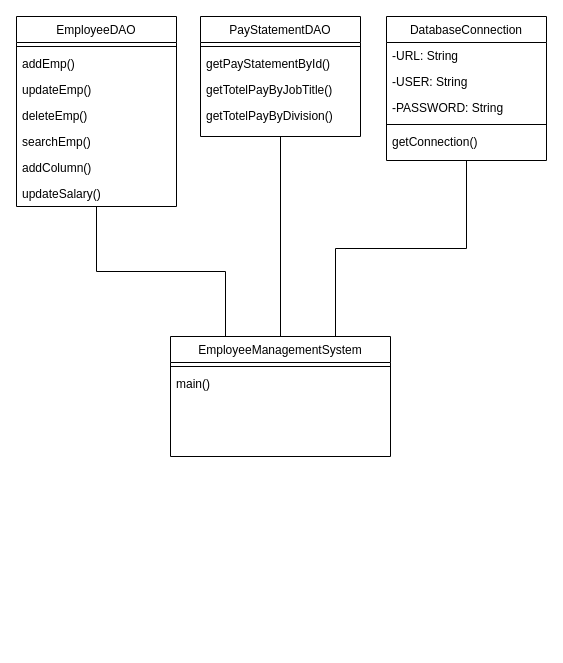
This is Diagram/classDiagram2.drawio from linnypham/CSC3350_project, a draw.io file, before an edit. Source tidied: cells renumbered, new cells numbered last; positions are measured from the earlier drawing's top-left corner, leaving out a move shared by most shapes. Both pictures are drawn from the tidied source at 100%, with x=0, y=0 at pixel (16, 16).
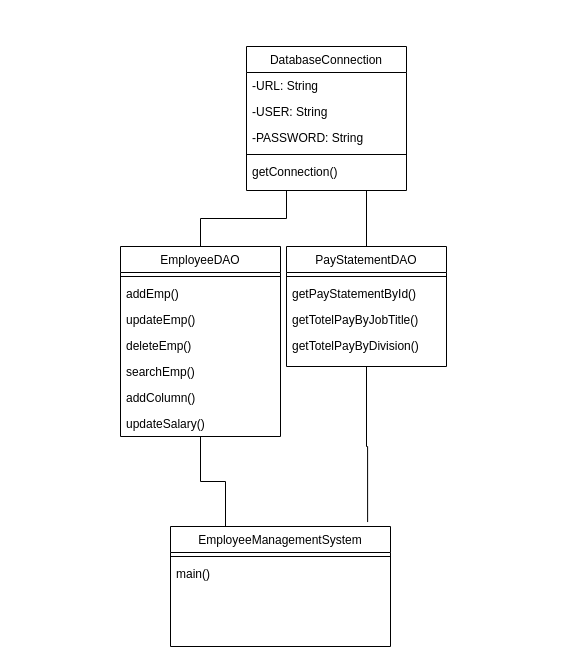
Above is the later version.

The edit, as a diff of the source:
```diff
@@
+    <mxCell id="27" style="edgeStyle=orthogonalEdgeStyle;rounded=0;jettySize=auto;html=1;entryX=0.25;entryY=1;entryDx=0;entryDy=0;endArrow=none;endFill=0;startArrow=none;startFill=0;" parent="1" edge="1" source="3" target="21">
+      <mxGeometry relative="1" as="geometry" />
+    </mxCell>
     <mxCell id="3" value="EmployeeDAO" style="swimlane;fontStyle=0;align=center;verticalAlign=top;horizontal=1;startSize=26;rounded=0;shadow=0;strokeWidth=1;" parent="1" vertex="1">
-      <mxGeometry width="160" height="190" as="geometry" />
+      <mxGeometry x="104" y="230" width="160" height="190" as="geometry" />
     </mxCell>
@@
-    <mxCell id="11" style="edgeStyle=orthogonalEdgeStyle;rounded=0;jettySize=auto;html=1;endArrow=none;endFill=0;" parent="1" edge="1" source="12" target="17">
+    <mxCell id="11" style="edgeStyle=orthogonalEdgeStyle;rounded=0;jettySize=auto;html=1;endArrow=none;endFill=0;entryX=0.896;entryY=-0.037;entryDx=0;entryDy=0;entryPerimeter=0;" parent="1" edge="1" source="12" target="17">
       <mxGeometry relative="1" as="geometry" />
     </mxCell>
+    <mxCell id="28" style="edgeStyle=orthogonalEdgeStyle;rounded=0;jettySize=auto;html=1;entryX=0.75;entryY=1;entryDx=0;entryDy=0;endArrow=none;endFill=0;startArrow=none;startFill=0;" parent="1" edge="1" source="12" target="21">
+      <mxGeometry relative="1" as="geometry" />
+    </mxCell>
     <mxCell id="12" value="PayStatementDAO" style="swimlane;fontStyle=0;align=center;verticalAlign=top;horizontal=1;startSize=26;rounded=0;shadow=0;strokeWidth=1;" parent="1" vertex="1">
-      <mxGeometry x="184" width="160" height="120" as="geometry" />
+      <mxGeometry x="270" y="230" width="160" height="120" as="geometry" />
     </mxCell>
@@
     <mxCell id="17" value="EmployeeManagementSystem" style="swimlane;fontStyle=0;align=center;verticalAlign=top;horizontal=1;startSize=26;rounded=0;shadow=0;strokeWidth=1;" parent="1" vertex="1">
-      <mxGeometry x="154" y="320" width="220" height="120" as="geometry" />
+      <mxGeometry x="154" y="510" width="220" height="120" as="geometry" />
     </mxCell>
@@
-    <mxCell id="20" style="edgeStyle=orthogonalEdgeStyle;rounded=0;jettySize=auto;html=1;exitX=0.5;exitY=1;exitDx=0;exitDy=0;entryX=0.75;entryY=0;entryDx=0;entryDy=0;endArrow=none;endFill=0;" parent="1" edge="1" source="21" target="17">
-      <mxGeometry relative="1" as="geometry" />
-    </mxCell>
     <mxCell id="21" value="DatabaseConnection" style="swimlane;fontStyle=0;align=center;verticalAlign=top;horizontal=1;startSize=26;rounded=0;shadow=0;strokeWidth=1;" parent="1" vertex="1">
-      <mxGeometry x="370" width="160" height="144" as="geometry" />
+      <mxGeometry x="230" y="30" width="160" height="144" as="geometry" />
     </mxCell>
```
